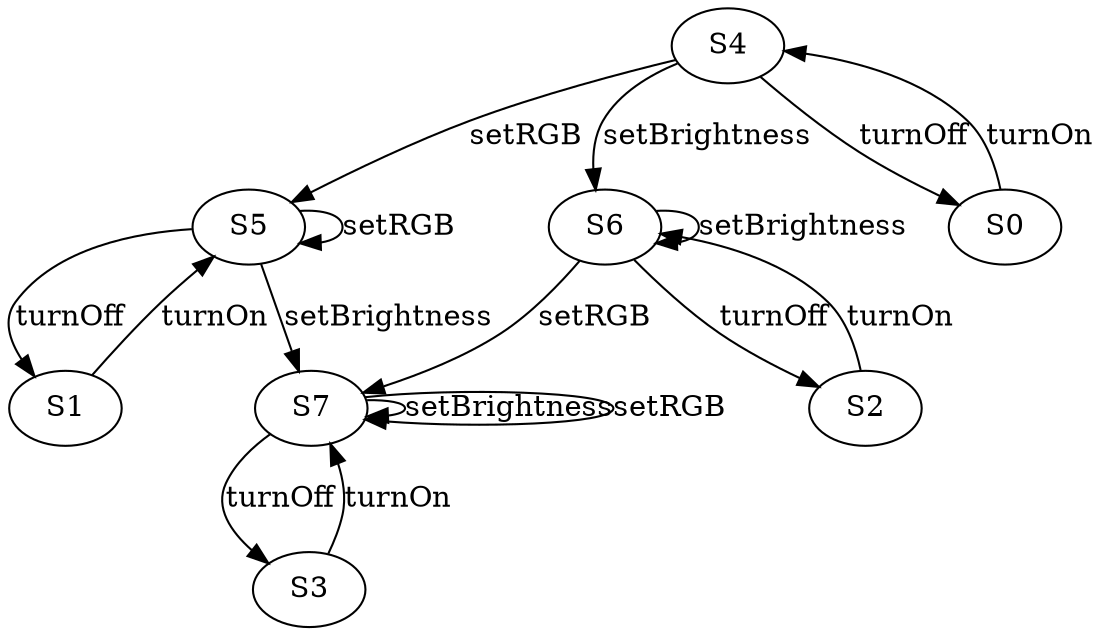
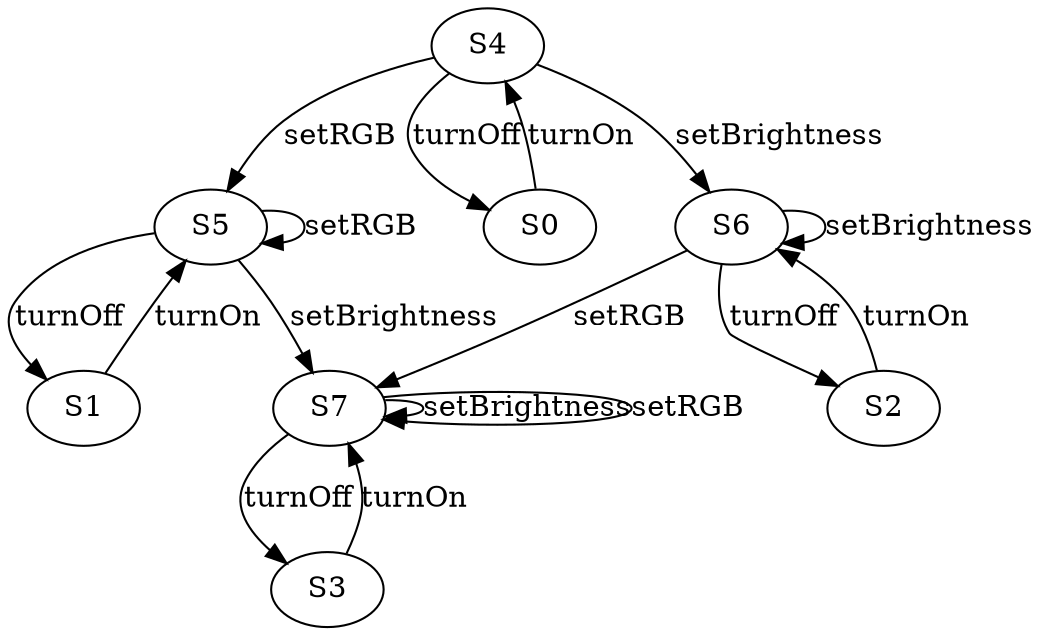
digraph g {

+ 	S5 -> S5 [label="setRGB"];
+ 	S3 -> S7 [label="turnOn"];
+ 	S4 -> S5 [label="setRGB"];
+ 	S4 -> S0 [label="turnOff"];
+ 	S1 -> S5 [label="turnOn"];
	S7 -> S7 [label="setBrightness"];
+ 	S0 -> S4 [label="turnOn"];
+ 	S6 -> S6 [label="setBrightness"];
+ 	S5 -> S1 [label="turnOff"];
+ 	S7 -> S3 [label="turnOff"];
+ 	S4 -> S6 [label="setBrightness"];
+ 	S6 -> S7 [label="setRGB"];
+ 	S2 -> S6 [label="turnOn"];
+ 	S7 -> S7 [label="setRGB"];
	S5 -> S7 [label="setBrightness"];
	S6 -> S2 [label="turnOff"];
- 	S4 -> S5 [label="setRGB"];
- 	S3 -> S7 [label="turnOn"];
- 	S4 -> S0 [label="turnOff"];
- 	S1 -> S5 [label="turnOn"];
- 	S4 -> S6 [label="setBrightness"];
- 	S6 -> S6 [label="setBrightness"];
- 	S7 -> S7 [label="setRGB"];
- 	S5 -> S5 [label="setRGB"];
- 	S6 -> S7 [label="setRGB"];
- 	S7 -> S3 [label="turnOff"];
- 	S2 -> S6 [label="turnOn"];
- 	S0 -> S4 [label="turnOn"];
- 	S5 -> S1 [label="turnOff"];

}
